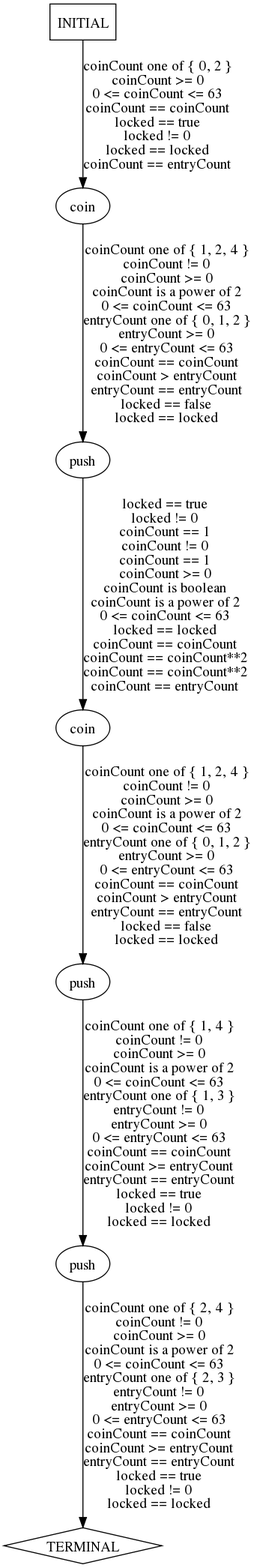
Earlier version of the Graphviz export traces/abstract/turnstile-example/predicted-paths/turnstile-example-test5.dot.png (ModelInference/synoptic). Its source is kept beside it as traces/abstract/turnstile-example/predicted-paths/turnstile-example-test5.dot. Source of this version:
```dot
digraph {
  0 [label="coin"];
  1 [label="coin"];
  2 [label="push"];
  3 [label="push"];
  4 [label="push"];
  5 [label="TERMINAL",shape=diamond];
  6 [label="INITIAL",shape=box];
0->2 [label="coinCount one of { 1, 2, 4 }\ncoinCount != 0\ncoinCount >= 0\ncoinCount is a power of 2\n0 <= coinCount <= 63\nentryCount one of { 0, 1, 2 }\nentryCount >= 0\n0 <= entryCount <= 63\ncoinCount == coinCount\ncoinCount > entryCount\nentryCount == entryCount\nlocked == false\nlocked == locked",];
1->3 [label="coinCount one of { 1, 2, 4 }\ncoinCount != 0\ncoinCount >= 0\ncoinCount is a power of 2\n0 <= coinCount <= 63\nentryCount one of { 0, 1, 2 }\nentryCount >= 0\n0 <= entryCount <= 63\ncoinCount == coinCount\ncoinCount > entryCount\nentryCount == entryCount\nlocked == false\nlocked == locked",];
2->1 [label="locked == true\nlocked != 0\ncoinCount == 1\ncoinCount != 0\ncoinCount == 1\ncoinCount >= 0\ncoinCount is boolean\ncoinCount is a power of 2\n0 <= coinCount <= 63\nlocked == locked\ncoinCount == coinCount\ncoinCount == coinCount**2\ncoinCount == coinCount**2\ncoinCount == entryCount",];
3->4 [label="coinCount one of { 1, 4 }\ncoinCount != 0\ncoinCount >= 0\ncoinCount is a power of 2\n0 <= coinCount <= 63\nentryCount one of { 1, 3 }\nentryCount != 0\nentryCount >= 0\n0 <= entryCount <= 63\ncoinCount == coinCount\ncoinCount >= entryCount\nentryCount == entryCount\nlocked == true\nlocked != 0\nlocked == locked",];
4->5 [label="coinCount one of { 2, 4 }\ncoinCount != 0\ncoinCount >= 0\ncoinCount is a power of 2\n0 <= coinCount <= 63\nentryCount one of { 2, 3 }\nentryCount != 0\nentryCount >= 0\n0 <= entryCount <= 63\ncoinCount == coinCount\ncoinCount >= entryCount\nentryCount == entryCount\nlocked == true\nlocked != 0\nlocked == locked",];
6->0 [label="coinCount one of { 0, 2 }\ncoinCount >= 0\n0 <= coinCount <= 63\ncoinCount == coinCount\nlocked == true\nlocked != 0\nlocked == locked\ncoinCount == entryCount",];
} // digraph {
```
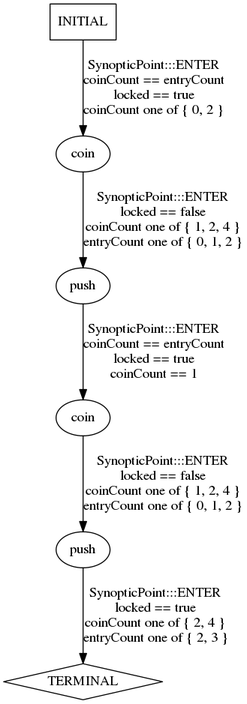
The same file after the commit.

What changed in the source:
```diff
@@ -3,13 +3,11 @@
   1 [label="coin"];
   2 [label="push"];
   3 [label="push"];
-  4 [label="push"];
-  5 [label="TERMINAL",shape=diamond];
-  6 [label="INITIAL",shape=box];
-0->2 [label="coinCount one of { 1, 2, 4 }\ncoinCount != 0\ncoinCount >= 0\ncoinCount is a power of 2\n0 <= coinCount <= 63\nentryCount one of { 0, 1, 2 }\nentryCount >= 0\n0 <= entryCount <= 63\ncoinCount == coinCount\ncoinCount > entryCount\nentryCount == entryCount\nlocked == false\nlocked == locked",];
-1->3 [label="coinCount one of { 1, 2, 4 }\ncoinCount != 0\ncoinCount >= 0\ncoinCount is a power of 2\n0 <= coinCount <= 63\nentryCount one of { 0, 1, 2 }\nentryCount >= 0\n0 <= entryCount <= 63\ncoinCount == coinCount\ncoinCount > entryCount\nentryCount == entryCount\nlocked == false\nlocked == locked",];
-2->1 [label="locked == true\nlocked != 0\ncoinCount == 1\ncoinCount != 0\ncoinCount == 1\ncoinCount >= 0\ncoinCount is boolean\ncoinCount is a power of 2\n0 <= coinCount <= 63\nlocked == locked\ncoinCount == coinCount\ncoinCount == coinCount**2\ncoinCount == coinCount**2\ncoinCount == entryCount",];
-3->4 [label="coinCount one of { 1, 4 }\ncoinCount != 0\ncoinCount >= 0\ncoinCount is a power of 2\n0 <= coinCount <= 63\nentryCount one of { 1, 3 }\nentryCount != 0\nentryCount >= 0\n0 <= entryCount <= 63\ncoinCount == coinCount\ncoinCount >= entryCount\nentryCount == entryCount\nlocked == true\nlocked != 0\nlocked == locked",];
-4->5 [label="coinCount one of { 2, 4 }\ncoinCount != 0\ncoinCount >= 0\ncoinCount is a power of 2\n0 <= coinCount <= 63\nentryCount one of { 2, 3 }\nentryCount != 0\nentryCount >= 0\n0 <= entryCount <= 63\ncoinCount == coinCount\ncoinCount >= entryCount\nentryCount == entryCount\nlocked == true\nlocked != 0\nlocked == locked",];
-6->0 [label="coinCount one of { 0, 2 }\ncoinCount >= 0\n0 <= coinCount <= 63\ncoinCount == coinCount\nlocked == true\nlocked != 0\nlocked == locked\ncoinCount == entryCount",];
+  4 [label="TERMINAL",shape=diamond];
+  5 [label="INITIAL",shape=box];
+0->2 [label="SynopticPoint:::ENTER\nlocked == false\ncoinCount one of { 1, 2, 4 }\nentryCount one of { 0, 1, 2 }\n",];
+1->3 [label="SynopticPoint:::ENTER\nlocked == false\ncoinCount one of { 1, 2, 4 }\nentryCount one of { 0, 1, 2 }\n",];
+2->1 [label="SynopticPoint:::ENTER\ncoinCount == entryCount\nlocked == true\ncoinCount == 1\n",];
+3->4 [label="SynopticPoint:::ENTER\nlocked == true\ncoinCount one of { 2, 4 }\nentryCount one of { 2, 3 }\n",];
+5->0 [label="SynopticPoint:::ENTER\ncoinCount == entryCount\nlocked == true\ncoinCount one of { 0, 2 }\n",];
 } // digraph {
```
